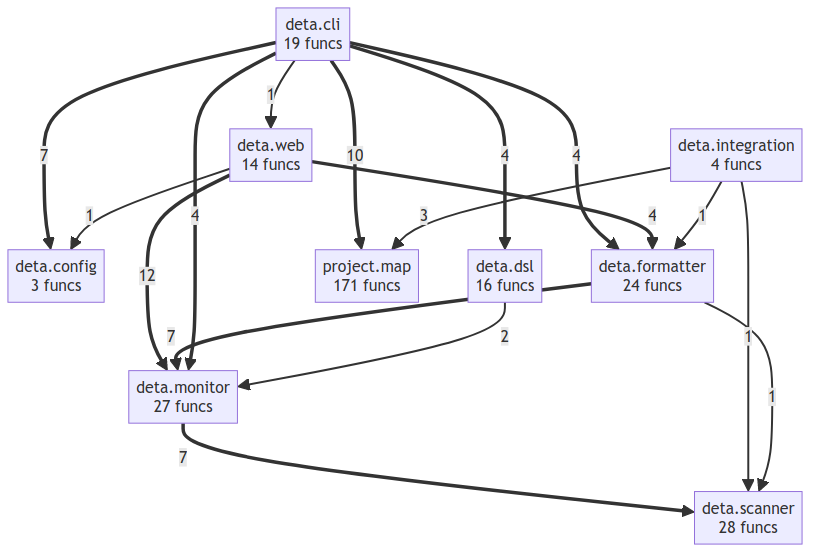
Before: project/compact_flow.png, a diagram exported from Mermaid (semcod/deta). Its source is kept beside it as project/compact_flow.mmd.
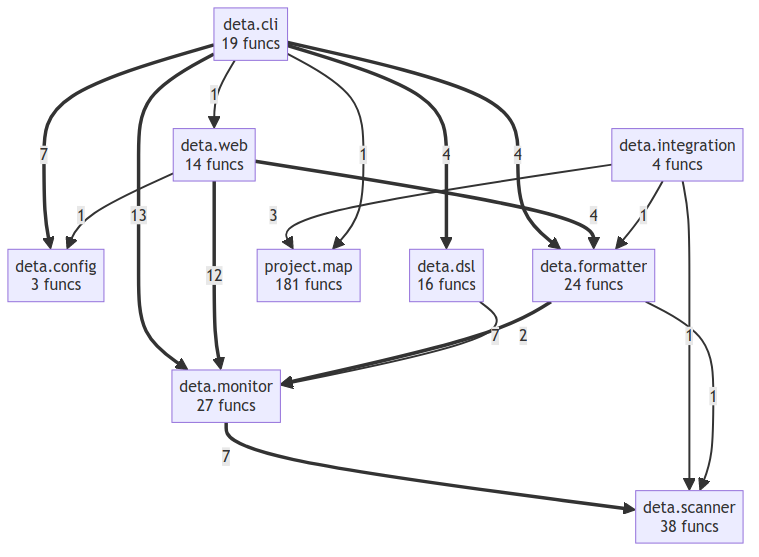
Later version of the same file.

The edit, as a diff of the source:
```diff
@@ -5,20 +5,20 @@
     deta__formatter["deta.formatter<br/>24 funcs"]
     deta__integration["deta.integration<br/>4 funcs"]
     deta__monitor["deta.monitor<br/>27 funcs"]
-    deta__scanner["deta.scanner<br/>28 funcs"]
+    deta__scanner["deta.scanner<br/>38 funcs"]
     deta__web["deta.web<br/>14 funcs"]
-    project__map["project.map<br/>171 funcs"]
+    project__map["project.map<br/>181 funcs"]
+    deta__cli ==>|13| deta__monitor
     deta__web ==>|12| deta__monitor
-    deta__cli ==>|10| project__map
     deta__cli ==>|7| deta__config
     deta__monitor ==>|7| deta__scanner
     deta__formatter ==>|7| deta__monitor
-    deta__cli ==>|4| deta__monitor
     deta__cli ==>|4| deta__formatter
     deta__cli ==>|4| deta__dsl
     deta__web ==>|4| deta__formatter
     deta__integration -->|3| project__map
     deta__dsl -->|2| deta__monitor
+    deta__cli -->|1| project__map
     deta__cli -->|1| deta__web
     deta__web -->|1| deta__config
     deta__integration -->|1| deta__formatter
```
